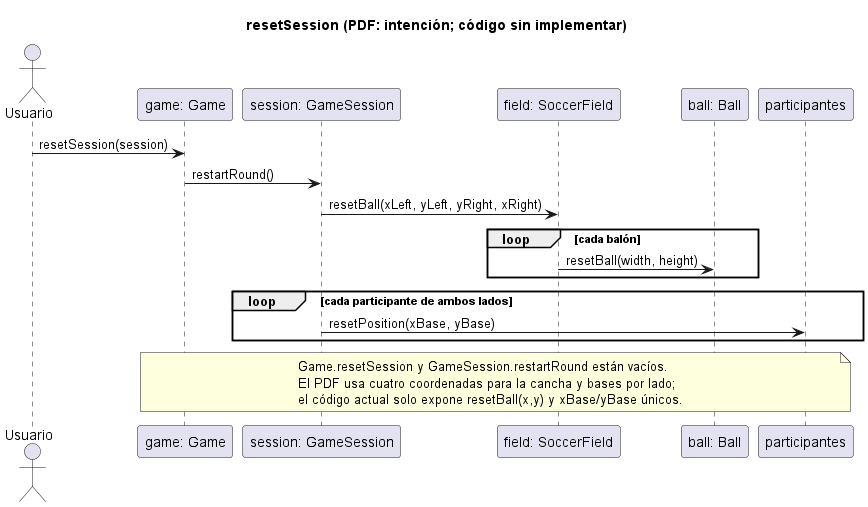
Earlier version of the PlantUML export docs/uml/capturas/domain-sequences_007.png (PaglkG/ProyectoFinal-Dopo).
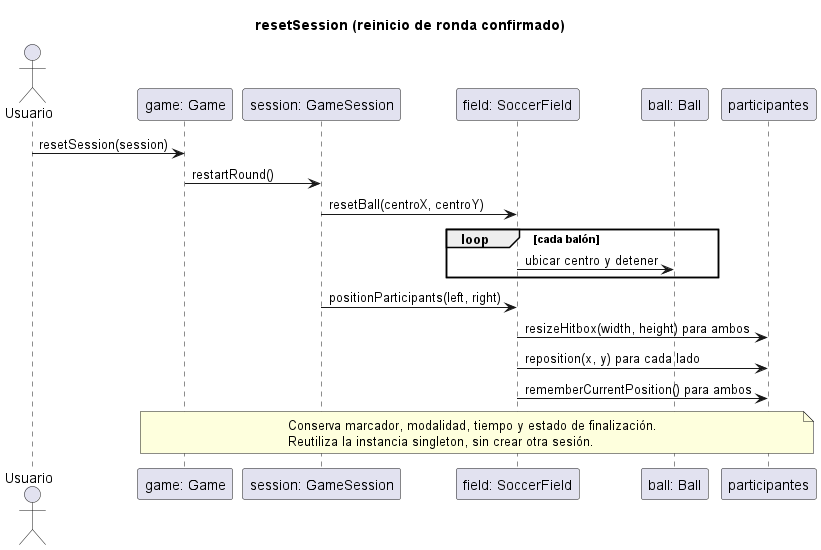
After the commit.

What changed in the source:
```diff
@@ -1,5 +1,5 @@
 @startuml
-title resetSession (PDF: intención; código sin implementar)
+title resetSession (reinicio de ronda confirmado)
 actor Usuario
 participant "game: Game" as G
 participant "session: GameSession" as S
@@ -8,16 +8,16 @@
 participant "participantes" as P
 Usuario -> G: resetSession(session)
 G -> S: restartRound()
-S -> F: resetBall(xLeft, yLeft, yRight, xRight)
+S -> F: resetBall(centroX, centroY)
 loop cada balón
-  F -> B: resetBall(width, height)
+  F -> B: ubicar centro y detener
 end
-loop cada participante de ambos lados
-  S -> P: resetPosition(xBase, yBase)
-end
+S -> F: positionParticipants(left, right)
+F -> P: resizeHitbox(width, height) para ambos
+F -> P: reposition(x, y) para cada lado
+F -> P: rememberCurrentPosition() para ambos
 note over G,P
-  Game.resetSession y GameSession.restartRound están vacíos.
-  El PDF usa cuatro coordenadas para la cancha y bases por lado;
-  el código actual solo expone resetBall(x,y) y xBase/yBase únicos.
+  Conserva marcador, modalidad, tiempo y estado de finalización.
+  Reutiliza la instancia singleton, sin crear otra sesión.
 end note
 @enduml
```
